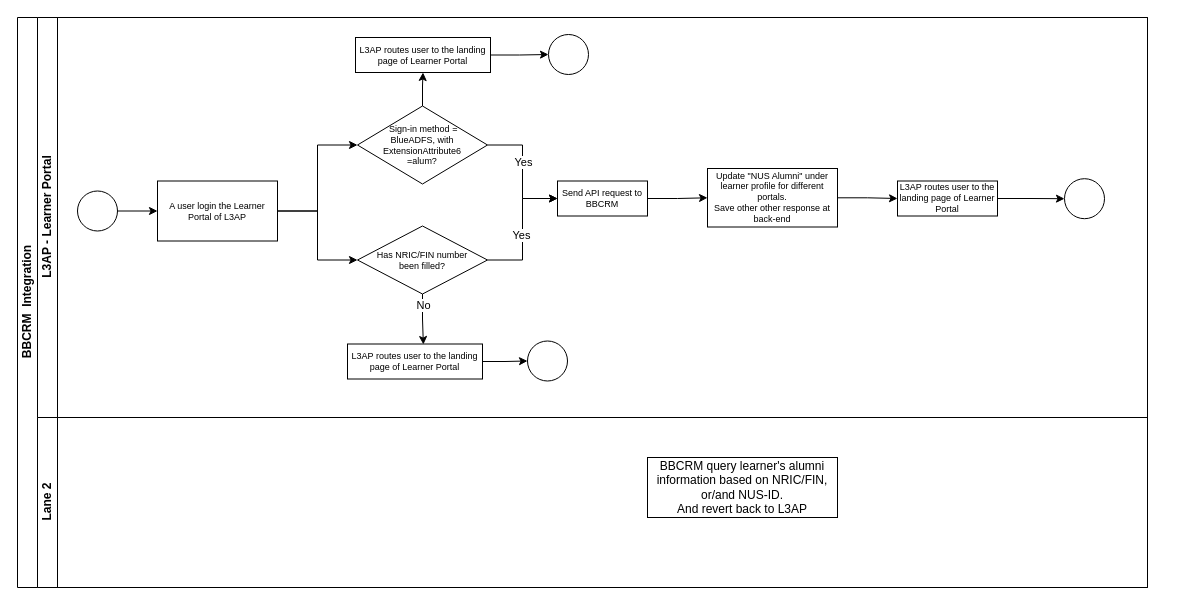
This is Untitled Diagram.drawio from QJUNJIQ/DM22, a draw.io file, before an edit. Source tidied: cells renumbered, new cells numbered last; positions are measured from the earlier drawing's top-left corner, leaving out a move shared by most shapes. Both pictures are drawn from the tidied source at 100%, with x=0, y=0 at pixel (17, 17).
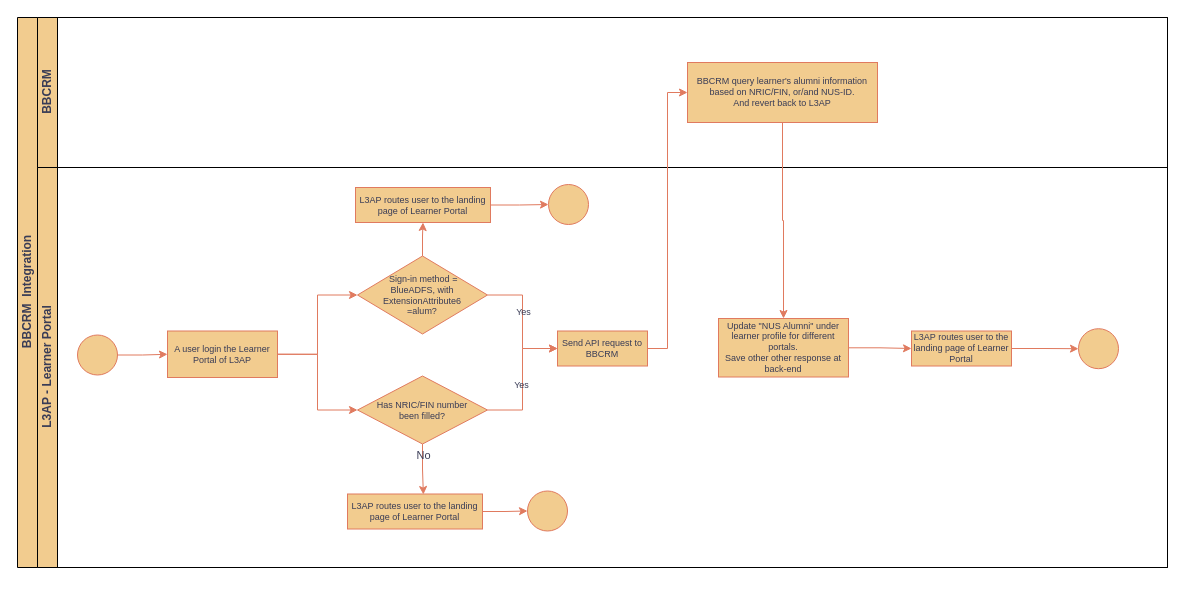
After the change.

What changed in the source:
```diff
@@
-    <mxCell id="2" value="BBCRM&amp;nbsp; Integration" style="swimlane;html=1;horizontal=0;startSize=20;" parent="1" vertex="1">
-      <mxGeometry width="1130" height="570" as="geometry" />
+    <mxCell id="2" value="BBCRM&amp;nbsp; Integration" style="swimlane;html=1;horizontal=0;startSize=20;labelBackgroundColor=none;fillColor=#F2CC8F;strokeColor=#000000;fontColor=#393C56;" parent="1" vertex="1">
+      <mxGeometry width="1150" height="550" as="geometry" />
     </mxCell>
+    <mxCell id="32" value="BBCRM" style="swimlane;html=1;startSize=20;horizontal=0;fillColor=#F2CC8F;strokeColor=#000000;labelBackgroundColor=none;fontColor=#393C56;" parent="2" vertex="1">
+      <mxGeometry x="20" width="1130" height="150" as="geometry" />
+    </mxCell>
+    <mxCell id="33" value="BBCRM query learner's alumni information based on NRIC/FIN, or/and NUS-ID.&lt;div style=&quot;font-size: 9px;&quot;&gt;And revert back to L3AP&lt;/div&gt;" style="rounded=0;whiteSpace=wrap;html=1;fillColor=#F2CC8F;strokeColor=#E07A5F;labelBackgroundColor=none;fontColor=#393C56;fontSize=9;" parent="32" vertex="1">
+      <mxGeometry x="650" y="45" width="190" height="60" as="geometry" />
+    </mxCell>
-    <mxCell id="3" value="L3AP - Learner Portal" style="swimlane;html=1;startSize=20;horizontal=0;" parent="2" vertex="1">
-      <mxGeometry x="20" width="1110" height="400" as="geometry" />
+    <mxCell id="3" value="L3AP - Learner Portal" style="swimlane;html=1;startSize=20;horizontal=0;fillColor=#F2CC8F;strokeColor=#000000;labelBackgroundColor=none;fontColor=#393C56;" parent="2" vertex="1">
+      <mxGeometry x="20" y="150" width="1130" height="400" as="geometry" />
     </mxCell>
-    <mxCell id="4" style="edgeStyle=orthogonalEdgeStyle;rounded=0;jettySize=auto;html=1;" parent="3" edge="1" source="5" target="6">
+    <mxCell id="4" style="edgeStyle=orthogonalEdgeStyle;rounded=0;jettySize=auto;html=1;labelBackgroundColor=none;strokeColor=#E07A5F;fontColor=default;" parent="3" edge="1" source="5" target="6">
       <mxGeometry relative="1" as="geometry" />
     </mxCell>
-    <mxCell id="5" style="ellipse;whiteSpace=wrap;html=1;" parent="3" vertex="1">
-      <mxGeometry x="40" y="173.5" width="40" height="40" as="geometry" />
+    <mxCell id="5" style="ellipse;whiteSpace=wrap;html=1;fillColor=#F2CC8F;strokeColor=#E07A5F;labelBackgroundColor=none;fontColor=#393C56;" parent="3" vertex="1">
+      <mxGeometry x="40" y="167.5" width="40" height="40" as="geometry" />
     </mxCell>
-    <mxCell id="6" value="A user login the Learner Portal of L3AP" style="rounded=0;whiteSpace=wrap;html=1;fontFamily=Helvetica;fontSize=9;fontColor=#000000;align=center;" parent="3" vertex="1">
-      <mxGeometry x="120" y="163.5" width="120" height="60" as="geometry" />
+    <mxCell id="6" value="A user login the Learner Portal of L3AP" style="rounded=0;whiteSpace=wrap;html=1;fontFamily=Helvetica;fontSize=9;align=center;fillColor=#F2CC8F;strokeColor=#E07A5F;labelBackgroundColor=none;fontColor=#393C56;" parent="3" vertex="1">
+      <mxGeometry x="130" y="163.5" width="110" height="46.5" as="geometry" />
     </mxCell>
-    <mxCell id="7" style="edgeStyle=orthogonalEdgeStyle;rounded=0;orthogonalLoop=1;jettySize=auto;html=1;endArrow=classic;endFill=1;" parent="3" edge="1">
+    <mxCell id="7" style="edgeStyle=orthogonalEdgeStyle;rounded=0;orthogonalLoop=1;jettySize=auto;html=1;endArrow=classic;endFill=1;labelBackgroundColor=none;strokeColor=#E07A5F;fontColor=default;" parent="3" edge="1">
       <mxGeometry relative="1" as="geometry">
         <mxPoint x="440" y="380" as="sourcePoint" />
         <mxPoint x="440" y="380" as="targetPoint" />
       </mxGeometry>
     </mxCell>
-    <mxCell id="8" style="ellipse;whiteSpace=wrap;html=1;" parent="3" vertex="1">
+    <mxCell id="8" style="ellipse;whiteSpace=wrap;html=1;fillColor=#F2CC8F;strokeColor=#E07A5F;labelBackgroundColor=none;fontColor=#393C56;" parent="3" vertex="1">
       <mxGeometry x="490" y="323.5" width="40" height="40" as="geometry" />
     </mxCell>
-    <mxCell id="9" style="edgeStyle=orthogonalEdgeStyle;rounded=0;jettySize=auto;html=1;" parent="3" edge="1" source="10" target="27">
+    <mxCell id="9" style="edgeStyle=orthogonalEdgeStyle;rounded=0;jettySize=auto;html=1;labelBackgroundColor=none;strokeColor=#E07A5F;fontColor=default;" parent="3" edge="1" source="10" target="27">
       <mxGeometry relative="1" as="geometry" />
     </mxCell>
-    <mxCell id="10" value="&amp;nbsp;Sign-in method = BlueADFS,&amp;nbsp;with ExtensionAttribute6&lt;br style=&quot;font-size: 9px;&quot;&gt;=alum?" style="rhombus;whiteSpace=wrap;html=1;fontFamily=Helvetica;fontSize=9;fontColor=#000000;align=center;" parent="3" vertex="1">
+    <mxCell id="10" value="&amp;nbsp;Sign-in method = BlueADFS,&amp;nbsp;with ExtensionAttribute6&lt;br style=&quot;font-size: 9px;&quot;&gt;=alum?" style="rhombus;whiteSpace=wrap;html=1;fontFamily=Helvetica;fontSize=9;align=center;fillColor=#F2CC8F;strokeColor=#E07A5F;labelBackgroundColor=none;fontColor=#393C56;" parent="3" vertex="1">
       <mxGeometry x="320" y="88.5" width="130" height="78" as="geometry" />
     </mxCell>
-    <mxCell id="11" style="edgeStyle=orthogonalEdgeStyle;rounded=0;jettySize=auto;html=1;endArrow=classic;endFill=1;exitX=1;exitY=0.5;exitDx=0;exitDy=0;entryX=0;entryY=0.5;entryDx=0;entryDy=0;" parent="3" edge="1" source="6" target="10">
+    <mxCell id="11" style="edgeStyle=orthogonalEdgeStyle;rounded=0;jettySize=auto;html=1;endArrow=classic;endFill=1;exitX=1;exitY=0.5;exitDx=0;exitDy=0;entryX=0;entryY=0.5;entryDx=0;entryDy=0;labelBackgroundColor=none;strokeColor=#E07A5F;fontColor=default;" parent="3" edge="1" source="6" target="10">
       <mxGeometry relative="1" as="geometry" />
     </mxCell>
-    <mxCell id="12" style="edgeStyle=orthogonalEdgeStyle;rounded=0;jettySize=auto;html=1;endArrow=classic;endFill=1;exitX=1;exitY=0.5;exitDx=0;exitDy=0;" parent="3" edge="1" source="6" target="17">
+    <mxCell id="12" style="edgeStyle=orthogonalEdgeStyle;rounded=0;jettySize=auto;html=1;endArrow=classic;endFill=1;exitX=1;exitY=0.5;exitDx=0;exitDy=0;labelBackgroundColor=none;strokeColor=#E07A5F;fontColor=default;" parent="3" edge="1" source="6" target="17">
       <mxGeometry relative="1" as="geometry" />
     </mxCell>
-    <mxCell id="13" style="edgeStyle=orthogonalEdgeStyle;rounded=0;jettySize=auto;html=1;" parent="3" edge="1" source="14" target="21">
-      <mxGeometry relative="1" as="geometry" />
-    </mxCell>
-    <mxCell id="14" value="Send API request to BBCRM" style="rounded=0;whiteSpace=wrap;html=1;fontFamily=Helvetica;fontSize=9;fontColor=#000000;align=center;" parent="3" vertex="1">
+    <mxCell id="14" value="Send API request to BBCRM" style="rounded=0;whiteSpace=wrap;html=1;fontFamily=Helvetica;fontSize=9;align=center;fillColor=#F2CC8F;strokeColor=#E07A5F;labelBackgroundColor=none;fontColor=#393C56;" parent="3" vertex="1">
       <mxGeometry x="520" y="163.5" width="90" height="35" as="geometry" />
     </mxCell>
-    <mxCell id="15" style="edgeStyle=orthogonalEdgeStyle;rounded=0;jettySize=auto;html=1;endArrow=classic;endFill=1;entryX=0;entryY=0.5;entryDx=0;entryDy=0;" parent="3" edge="1" source="17" target="14">
+    <mxCell id="15" style="edgeStyle=orthogonalEdgeStyle;rounded=0;jettySize=auto;html=1;endArrow=classic;endFill=1;entryX=0;entryY=0.5;entryDx=0;entryDy=0;labelBackgroundColor=none;strokeColor=#E07A5F;fontColor=default;" parent="3" edge="1" source="17" target="14">
       <mxGeometry relative="1" as="geometry" />
     </mxCell>
-    <mxCell id="16" value="Yes" style="edgeLabel;html=1;align=center;verticalAlign=middle;" parent="15" vertex="1">
+    <mxCell id="16" value="Yes" style="edgeLabel;html=1;align=center;verticalAlign=middle;labelBackgroundColor=none;fontColor=#393C56;fontSize=9;" parent="15" vertex="1">
       <mxGeometry x="-0.08" y="2" relative="1" as="geometry" />
     </mxCell>
-    <mxCell id="17" value="Has NRIC/FIN number &lt;br&gt;been filled?" style="rhombus;whiteSpace=wrap;html=1;fontFamily=Helvetica;fontSize=9;fontColor=#000000;align=center;" parent="3" vertex="1">
+    <mxCell id="17" value="Has NRIC/FIN number &lt;br&gt;been filled?" style="rhombus;whiteSpace=wrap;html=1;fontFamily=Helvetica;fontSize=9;align=center;fillColor=#F2CC8F;strokeColor=#E07A5F;labelBackgroundColor=none;fontColor=#393C56;" parent="3" vertex="1">
       <mxGeometry x="320" y="208.5" width="130" height="68" as="geometry" />
     </mxCell>
-    <mxCell id="18" style="edgeStyle=orthogonalEdgeStyle;rounded=0;jettySize=auto;html=1;endArrow=classic;endFill=1;exitX=1;exitY=0.5;exitDx=0;exitDy=0;entryX=0;entryY=0.5;entryDx=0;entryDy=0;" parent="3" edge="1" source="10" target="14">
+    <mxCell id="18" style="edgeStyle=orthogonalEdgeStyle;rounded=0;jettySize=auto;html=1;endArrow=classic;endFill=1;exitX=1;exitY=0.5;exitDx=0;exitDy=0;entryX=0;entryY=0.5;entryDx=0;entryDy=0;labelBackgroundColor=none;strokeColor=#E07A5F;fontColor=default;" parent="3" edge="1" source="10" target="14">
       <mxGeometry relative="1" as="geometry" />
     </mxCell>
-    <mxCell id="19" value="Yes" style="edgeLabel;html=1;align=center;verticalAlign=middle;" parent="18" vertex="1">
+    <mxCell id="19" value="Yes" style="edgeLabel;html=1;align=center;verticalAlign=middle;labelBackgroundColor=none;fontColor=#393C56;fontSize=9;" parent="18" vertex="1">
       <mxGeometry x="-0.16" relative="1" as="geometry" />
     </mxCell>
-    <mxCell id="20" style="edgeStyle=orthogonalEdgeStyle;rounded=0;jettySize=auto;html=1;" parent="3" edge="1" source="21" target="30">
+    <mxCell id="20" style="edgeStyle=orthogonalEdgeStyle;rounded=0;jettySize=auto;html=1;labelBackgroundColor=none;strokeColor=#E07A5F;fontColor=default;" parent="3" edge="1" source="21" target="30">
       <mxGeometry relative="1" as="geometry" />
     </mxCell>
-    <mxCell id="21" value="Update &quot;NUS Alumni&quot; under learner profile for different portals.&lt;div&gt;Save other other response at back-end&lt;/div&gt;" style="rounded=0;whiteSpace=wrap;html=1;fontFamily=Helvetica;fontSize=9;fontColor=#000000;align=center;" parent="3" vertex="1">
-      <mxGeometry x="670" y="151" width="130" height="58.5" as="geometry" />
+    <mxCell id="21" value="Update &quot;NUS Alumni&quot; under learner profile for different portals.&lt;div&gt;Save other other response at back-end&lt;/div&gt;" style="rounded=0;whiteSpace=wrap;html=1;fontFamily=Helvetica;fontSize=9;align=center;fillColor=#F2CC8F;strokeColor=#E07A5F;labelBackgroundColor=none;fontColor=#393C56;" parent="3" vertex="1">
+      <mxGeometry x="681" y="151" width="130" height="58.5" as="geometry" />
     </mxCell>
-    <mxCell id="22" style="edgeStyle=orthogonalEdgeStyle;rounded=0;jettySize=auto;html=1;endArrow=classic;endFill=1;exitX=0.5;exitY=1;exitDx=0;exitDy=0;entryX=0.562;entryY=0.014;entryDx=0;entryDy=0;entryPerimeter=0;" parent="3" edge="1" source="17" target="25">
+    <mxCell id="22" style="edgeStyle=orthogonalEdgeStyle;rounded=0;jettySize=auto;html=1;endArrow=classic;endFill=1;exitX=0.5;exitY=1;exitDx=0;exitDy=0;entryX=0.562;entryY=0.014;entryDx=0;entryDy=0;entryPerimeter=0;labelBackgroundColor=none;strokeColor=#E07A5F;fontColor=default;" parent="3" edge="1" source="17" target="25">
       <mxGeometry relative="1" as="geometry" />
     </mxCell>
-    <mxCell id="23" value="No" style="edgeLabel;html=1;align=center;verticalAlign=middle;" parent="22" vertex="1">
+    <mxCell id="23" value="No" style="edgeLabel;html=1;align=center;verticalAlign=middle;labelBackgroundColor=none;fontColor=#393C56;" parent="22" vertex="1">
       <mxGeometry x="-0.58" relative="1" as="geometry" />
     </mxCell>
-    <mxCell id="24" style="edgeStyle=orthogonalEdgeStyle;rounded=0;jettySize=auto;html=1;" parent="3" edge="1" source="25" target="8">
+    <mxCell id="24" style="edgeStyle=orthogonalEdgeStyle;rounded=0;jettySize=auto;html=1;labelBackgroundColor=none;strokeColor=#E07A5F;fontColor=default;" parent="3" edge="1" source="25" target="8">
       <mxGeometry relative="1" as="geometry" />
     </mxCell>
-    <mxCell id="25" value="L3AP routes user to the landing page of Learner Portal" style="rounded=0;whiteSpace=wrap;html=1;fontFamily=Helvetica;fontSize=9;fontColor=#000000;align=center;" parent="3" vertex="1">
+    <mxCell id="25" value="L3AP routes user to the landing page of Learner Portal" style="rounded=0;whiteSpace=wrap;html=1;fontFamily=Helvetica;fontSize=9;align=center;fillColor=#F2CC8F;strokeColor=#E07A5F;labelBackgroundColor=none;fontColor=#393C56;" parent="3" vertex="1">
       <mxGeometry x="310" y="326.5" width="135" height="35" as="geometry" />
     </mxCell>
-    <mxCell id="26" style="edgeStyle=orthogonalEdgeStyle;rounded=0;jettySize=auto;html=1;entryX=0;entryY=0.5;entryDx=0;entryDy=0;" parent="3" edge="1" source="27" target="28">
+    <mxCell id="26" style="edgeStyle=orthogonalEdgeStyle;rounded=0;jettySize=auto;html=1;entryX=0;entryY=0.5;entryDx=0;entryDy=0;labelBackgroundColor=none;strokeColor=#E07A5F;fontColor=default;" parent="3" edge="1" source="27" target="28">
       <mxGeometry relative="1" as="geometry" />
     </mxCell>
-    <mxCell id="27" value="L3AP routes user to the landing page of Learner Portal" style="rounded=0;whiteSpace=wrap;html=1;fontFamily=Helvetica;fontSize=9;fontColor=#000000;align=center;" parent="3" vertex="1">
+    <mxCell id="27" value="L3AP routes user to the landing page of Learner Portal" style="rounded=0;whiteSpace=wrap;html=1;fontFamily=Helvetica;fontSize=9;align=center;fillColor=#F2CC8F;strokeColor=#E07A5F;labelBackgroundColor=none;fontColor=#393C56;" parent="3" vertex="1">
       <mxGeometry x="318" y="20" width="135" height="35" as="geometry" />
     </mxCell>
-    <mxCell id="28" style="ellipse;whiteSpace=wrap;html=1;" parent="3" vertex="1">
+    <mxCell id="28" style="ellipse;whiteSpace=wrap;html=1;fillColor=#F2CC8F;strokeColor=#E07A5F;labelBackgroundColor=none;fontColor=#393C56;" parent="3" vertex="1">
       <mxGeometry x="511" y="17" width="40" height="40" as="geometry" />
     </mxCell>
-    <mxCell id="29" style="edgeStyle=orthogonalEdgeStyle;rounded=0;jettySize=auto;html=1;" parent="3" edge="1" source="30" target="31">
+    <mxCell id="29" style="edgeStyle=orthogonalEdgeStyle;rounded=0;jettySize=auto;html=1;labelBackgroundColor=none;strokeColor=#E07A5F;fontColor=default;" parent="3" edge="1" source="30" target="31">
       <mxGeometry relative="1" as="geometry" />
     </mxCell>
-    <mxCell id="30" value="L3AP routes user to the landing page of Learner Portal" style="rounded=0;whiteSpace=wrap;html=1;fontFamily=Helvetica;fontSize=9;fontColor=#000000;align=center;" parent="3" vertex="1">
-      <mxGeometry x="860" y="163.5" width="100" height="35" as="geometry" />
+    <mxCell id="30" value="L3AP routes user to the landing page of Learner Portal" style="rounded=0;whiteSpace=wrap;html=1;fontFamily=Helvetica;fontSize=9;align=center;fillColor=#F2CC8F;strokeColor=#E07A5F;labelBackgroundColor=none;fontColor=#393C56;" parent="3" vertex="1">
+      <mxGeometry x="874" y="163.5" width="100" height="35" as="geometry" />
     </mxCell>
-    <mxCell id="31" style="ellipse;whiteSpace=wrap;html=1;" parent="3" vertex="1">
-      <mxGeometry x="1027" y="161.2" width="40" height="40" as="geometry" />
+    <mxCell id="31" style="ellipse;whiteSpace=wrap;html=1;fillColor=#F2CC8F;strokeColor=#E07A5F;labelBackgroundColor=none;fontColor=#393C56;" parent="3" vertex="1">
+      <mxGeometry x="1041" y="161.2" width="40" height="40" as="geometry" />
     </mxCell>
-    <mxCell id="32" value="Lane 2" style="swimlane;html=1;startSize=20;horizontal=0;" parent="2" vertex="1">
-      <mxGeometry x="20" y="400" width="1110" height="170" as="geometry" />
-    </mxCell>
-    <mxCell id="33" value="BBCRM query learner's alumni information based on NRIC/FIN, or/and NUS-ID.&lt;div&gt;And revert back to L3AP&lt;/div&gt;" style="rounded=0;whiteSpace=wrap;html=1;" parent="32" vertex="1">
-      <mxGeometry x="610" y="40" width="190" height="60" as="geometry" />
-    </mxCell>
+    <mxCell id="34" style="edgeStyle=orthogonalEdgeStyle;rounded=0;jettySize=auto;html=1;labelBackgroundColor=none;strokeColor=#E07A5F;fontColor=default;" parent="2" edge="1" source="33" target="21">
+      <mxGeometry relative="1" as="geometry" />
+    </mxCell>
+    <mxCell id="35" style="edgeStyle=orthogonalEdgeStyle;rounded=0;jettySize=auto;html=1;entryX=0;entryY=0.5;entryDx=0;entryDy=0;labelBackgroundColor=none;strokeColor=#E07A5F;fontColor=default;" parent="2" edge="1" source="14" target="33">
+      <mxGeometry relative="1" as="geometry" />
+    </mxCell>
```
